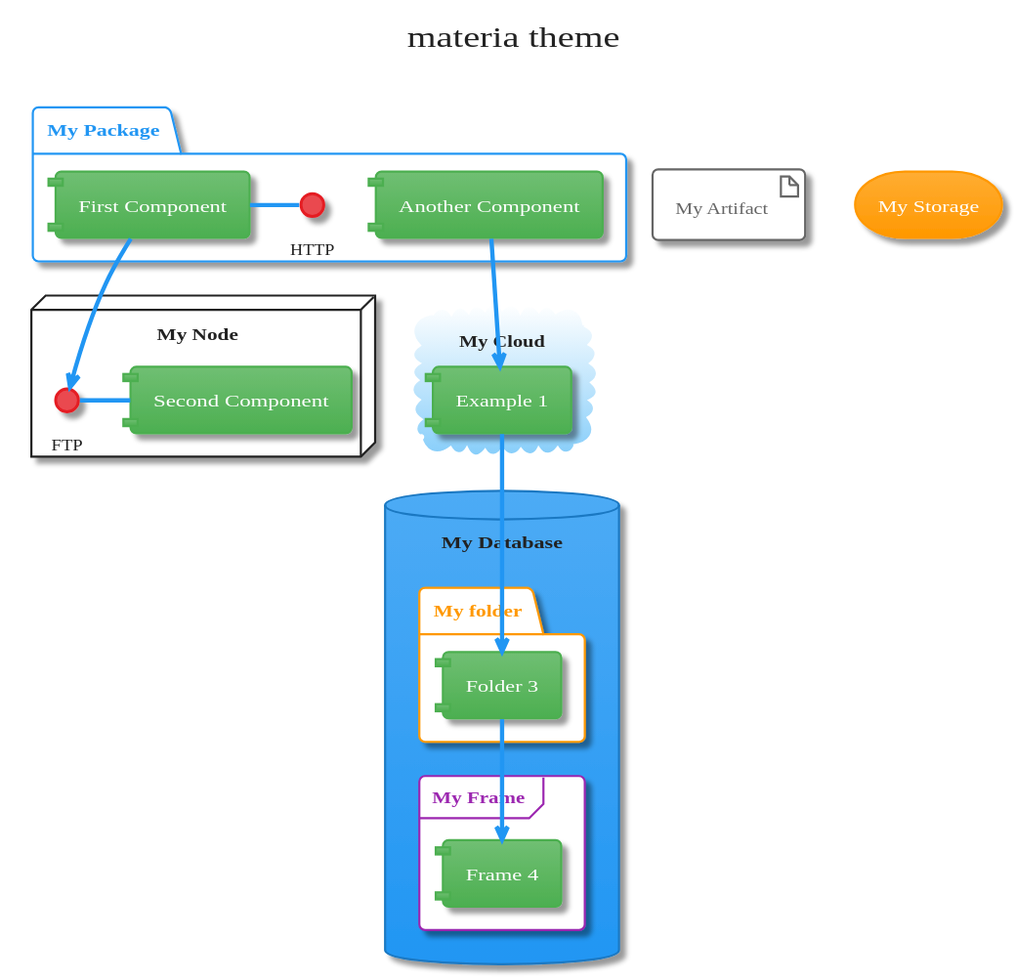
Above: themes/materia/component-ex.svg in bschwarz/puml-themes (PlantUML), before the change.
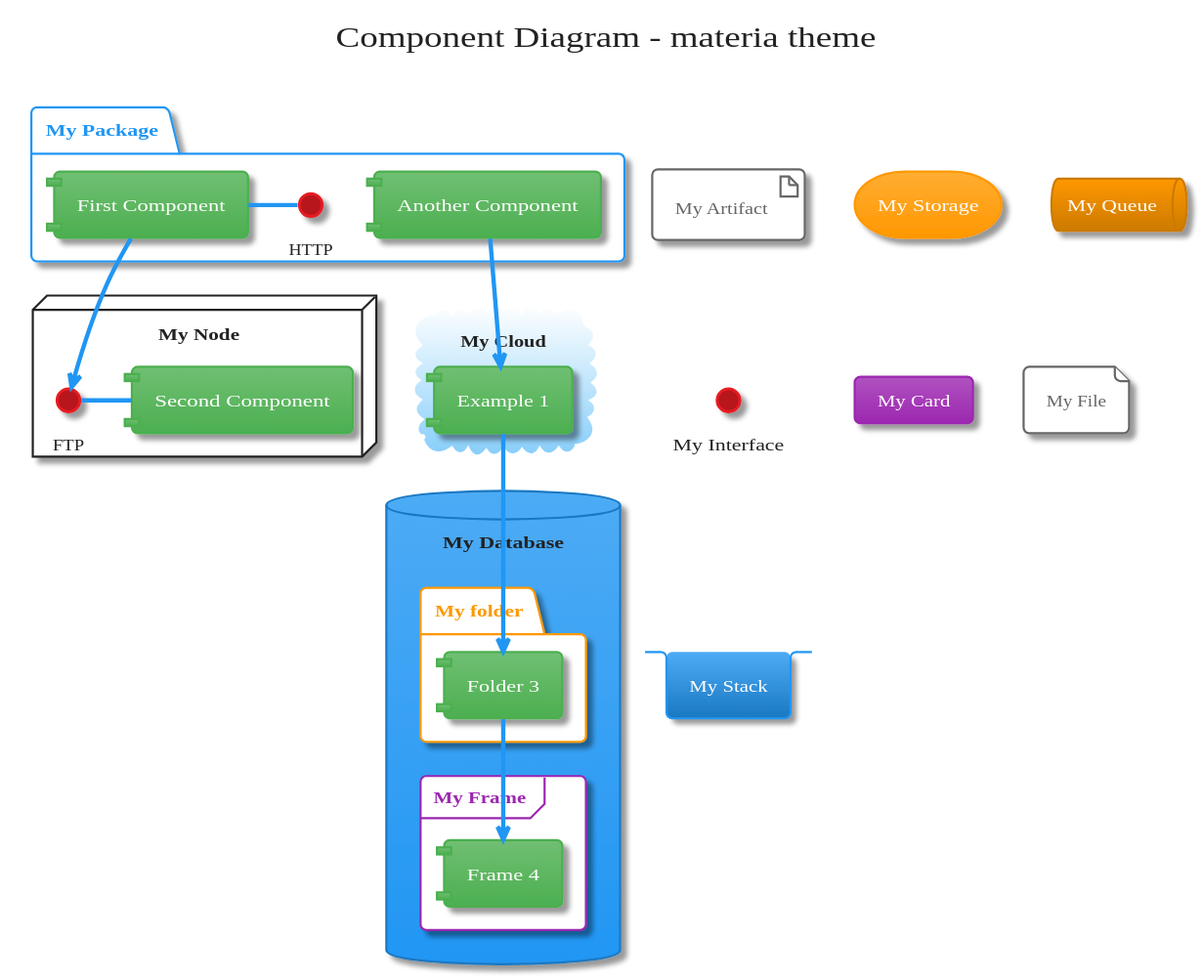
The same file after the commit.

Change to the diagram source:
```diff
@@ -128,7 +128,7 @@
 }
 
 skinparam interface {
-	BackgroundColor  #ea494f
+	BackgroundColor  #B7161C
 	BorderColor  #e51c23
 	FontColor #222
 }
@@ -229,7 +229,32 @@
 	AttributeFontSize 11
 }
 
-title materia theme
+skinparam queue {
+	BackgroundColor #ff9800-#CC7A00
+  	BorderColor #CC7A00
+	FontColor #FFF
+}
+
+skinparam card {
+	BackgroundColor #b052c0-#9C27B0
+	BorderColor #9C27B0
+	FontColor #FFF
+}
+
+skinparam file {
+	BackgroundColor #fff-#fff
+	BorderColor #666
+	FontColor #666
+
+}
+
+skinparam stack {
+	BackgroundColor #4dabf5-#1a78c2
+	BorderColor #2196F3
+	FontColor #FFF
+}
+
+title Component Diagram - materia theme
 
 skinparam BackgroundColor transparent
 
@@ -259,6 +284,11 @@
 
 artifact "My Artifact"
 storage "My Storage"
+queue "My Queue"
+interface "My Interface"
+card "My Card"
+file "My File"
+stack "My Stack"
 
 [Another Component] --> [Example 1]
 [Example 1] --> [Folder 3]
```
